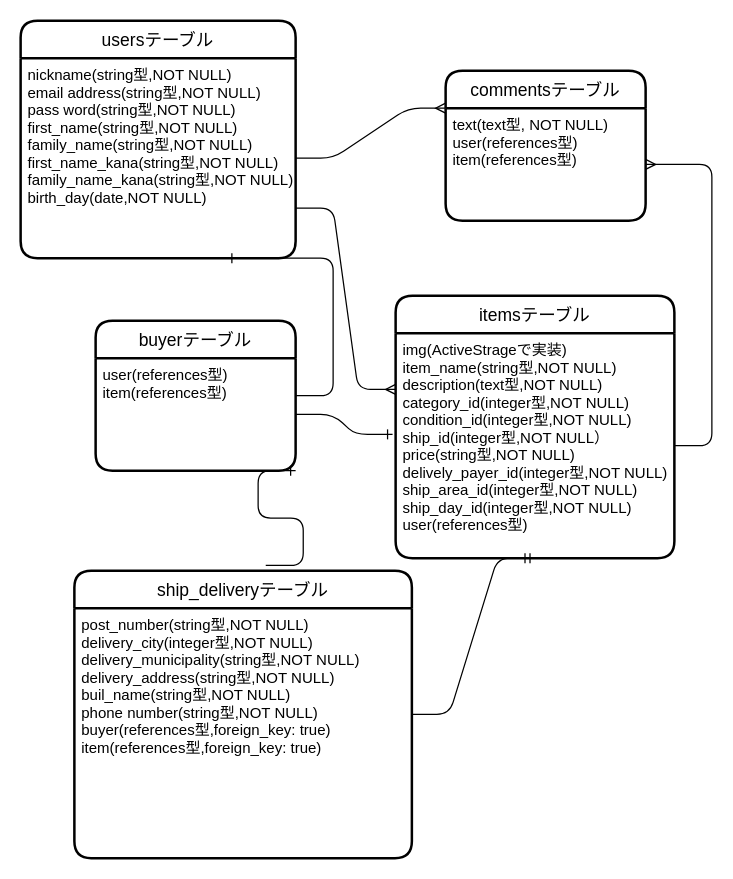
nkamuranodj/furima-30953 keeps this draw.io diagram as furimaER.dio. Above is the earlier version. Source tidied: cells renumbered, new cells numbered last; positions are measured from the earlier drawing's top-left corner, leaving out a move shared by most shapes. Both pictures are drawn from the tidied source at 125%, with x=0, y=0 at pixel (20, 20).
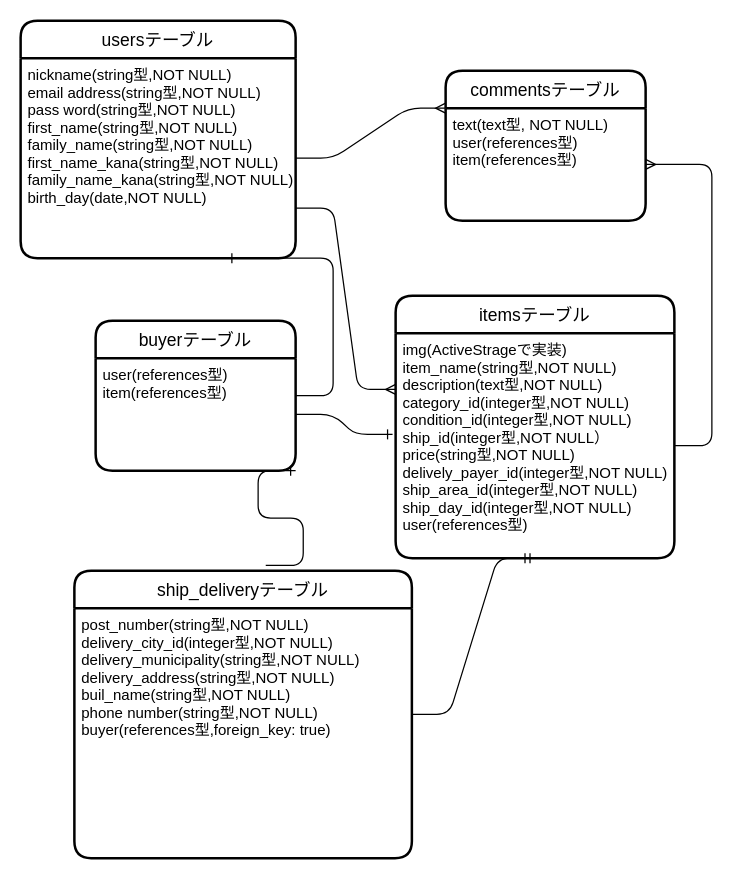
Above is the later version.

Diff of the diagram source:
```diff
@@
 <mxGraphModel>
   <root>
     <mxCell id="0" />
     <mxCell id="1" parent="0" />
     <mxCell id="2" value="usersテーブル" style="swimlane;horizontal=1;startSize=30;rounded=1;fontSize=14;fontStyle=0;strokeWidth=2;shadow=0;dashed=0;align=center;" parent="1" vertex="1">
       <mxGeometry width="220" height="190" as="geometry" />
     </mxCell>
     <mxCell id="3" value="nickname(string型,NOT NULL)&#10;email address(string型,NOT NULL)&#10;pass word(string型,NOT NULL)&#10;first_name(string型,NOT NULL)&#10;family_name(string型,NOT NULL)&#10;first_name_kana(string型,NOT NULL)&#10;family_name_kana(string型,NOT NULL)&#10;birth_day(date,NOT NULL)&#10;&#10;" style="align=left;strokeColor=none;fillColor=none;spacingLeft=4;fontSize=12;verticalAlign=top;" parent="2" vertex="1">
       <mxGeometry y="30" width="220" height="160" as="geometry" />
     </mxCell>
     <mxCell id="4" value="itemsテーブル" style="swimlane;horizontal=1;startSize=30;rounded=1;fontSize=14;fontStyle=0;strokeWidth=2;shadow=0;dashed=0;align=center;" parent="1" vertex="1">
       <mxGeometry x="300" y="220" width="223" height="210" as="geometry" />
     </mxCell>
     <mxCell id="5" value="img(ActiveStrageで実装)&#10;item_name(string型,NOT NULL)&#10;description(text型,NOT NULL)&#10;category_id(integer型,NOT NULL)&#10;condition_id(integer型,NOT NULL)&#10;ship_id(integer型,NOT NULL）&#10;price(string型,NOT NULL)&#10;delively_payer_id(integer型,NOT NULL)&#10;ship_area_id(integer型,NOT NULL)&#10;ship_day_id(integer型,NOT NULL)&#10;user(references型)&#10;" style="align=left;strokeColor=none;fillColor=none;spacingLeft=4;fontSize=12;verticalAlign=top;" parent="4" vertex="1">
       <mxGeometry y="30" width="223" height="180" as="geometry" />
     </mxCell>
     <mxCell id="6" value="commentsテーブル" style="swimlane;horizontal=1;startSize=30;rounded=1;fontSize=14;fontStyle=0;strokeWidth=2;shadow=0;dashed=0;align=center;" parent="1" vertex="1">
       <mxGeometry x="340" y="40" width="160" height="120" as="geometry" />
     </mxCell>
     <mxCell id="7" value="text(text型, NOT NULL)&#10;user(references型)&#10;item(references型)" style="align=left;strokeColor=none;fillColor=none;spacingLeft=4;fontSize=12;verticalAlign=top;" parent="6" vertex="1">
       <mxGeometry y="30" width="160" height="90" as="geometry" />
     </mxCell>
     <mxCell id="8" style="edgeStyle=entityRelationEdgeStyle;fontSize=12;html=1;endArrow=ERmany;" parent="1" edge="1" source="5" target="7">
       <mxGeometry relative="1" as="geometry" />
     </mxCell>
     <mxCell id="9" style="edgeStyle=entityRelationEdgeStyle;fontSize=12;html=1;endArrow=ERmany;exitX=1;exitY=0.75;exitDx=0;exitDy=0;entryX=0;entryY=0.25;entryDx=0;entryDy=0;" parent="1" edge="1" source="3" target="5">
       <mxGeometry relative="1" as="geometry" />
     </mxCell>
     <mxCell id="10" style="edgeStyle=entityRelationEdgeStyle;fontSize=12;html=1;endArrow=ERmany;entryX=0;entryY=0.25;entryDx=0;entryDy=0;" parent="1" edge="1" source="3" target="6">
       <mxGeometry relative="1" as="geometry" />
     </mxCell>
     <mxCell id="11" value="buyerテーブル" style="swimlane;horizontal=1;startSize=30;rounded=1;fontSize=14;fontStyle=0;strokeWidth=2;shadow=0;dashed=0;align=center;" parent="1" vertex="1">
       <mxGeometry x="60" y="240" width="160" height="120" as="geometry" />
     </mxCell>
     <mxCell id="12" value="user(references型)&#10;item(references型)&#10;" style="align=left;strokeColor=none;fillColor=none;spacingLeft=4;fontSize=12;verticalAlign=top;" parent="11" vertex="1">
       <mxGeometry y="30" width="160" height="90" as="geometry" />
     </mxCell>
     <mxCell id="13" style="edgeStyle=entityRelationEdgeStyle;fontSize=12;html=1;endArrow=ERone;endFill=1;entryX=-0.011;entryY=0.45;entryDx=0;entryDy=0;entryPerimeter=0;exitX=1;exitY=0.5;exitDx=0;exitDy=0;" parent="1" edge="1" source="12" target="5">
       <mxGeometry relative="1" as="geometry" />
     </mxCell>
     <mxCell id="14" style="edgeStyle=entityRelationEdgeStyle;fontSize=12;html=1;endArrow=ERone;endFill=1;entryX=0.75;entryY=1;entryDx=0;entryDy=0;" parent="1" edge="1" source="11" target="3">
       <mxGeometry relative="1" as="geometry" />
     </mxCell>
     <mxCell id="15" value="ship_deliveryテーブル" style="swimlane;horizontal=1;startSize=30;rounded=1;fontSize=14;fontStyle=0;strokeWidth=2;shadow=0;dashed=0;align=center;" parent="1" vertex="1">
       <mxGeometry x="43" y="440" width="270" height="230" as="geometry" />
     </mxCell>
-    <mxCell id="16" value="post_number(string型,NOT NULL)&#10;delivery_city(integer型,NOT NULL)&#10;delivery_municipality(string型,NOT NULL)&#10;delivery_address(string型,NOT NULL)&#10;buil_name(string型,NOT NULL)&#10;phone number(string型,NOT NULL)&#10;buyer(references型,foreign_key: true)&#10;item(references型,foreign_key: true)&#10;&#10;" style="align=left;strokeColor=none;fillColor=none;spacingLeft=4;fontSize=12;verticalAlign=top;" parent="15" vertex="1">
+    <mxCell id="16" value="post_number(string型,NOT NULL)&#10;delivery_city_id(integer型,NOT NULL)&#10;delivery_municipality(string型,NOT NULL)&#10;delivery_address(string型,NOT NULL)&#10;buil_name(string型,NOT NULL)&#10;phone number(string型,NOT NULL)&#10;buyer(references型,foreign_key: true)&#10;" style="align=left;strokeColor=none;fillColor=none;spacingLeft=4;fontSize=12;verticalAlign=top;" parent="15" vertex="1">
       <mxGeometry y="30" width="270" height="200" as="geometry" />
     </mxCell>
     <mxCell id="17" style="edgeStyle=entityRelationEdgeStyle;fontSize=12;html=1;endArrow=ERmandOne;entryX=0.5;entryY=1;entryDx=0;entryDy=0;" parent="1" edge="1" source="15" target="5">
       <mxGeometry relative="1" as="geometry" />
     </mxCell>
     <mxCell id="18" style="edgeStyle=entityRelationEdgeStyle;fontSize=12;html=1;endArrow=ERone;endFill=1;exitX=0.567;exitY=-0.018;exitDx=0;exitDy=0;exitPerimeter=0;entryX=1;entryY=1;entryDx=0;entryDy=0;" parent="1" edge="1" source="15" target="12">
       <mxGeometry relative="1" as="geometry" />
     </mxCell>
   </root>
 </mxGraphModel>
```
